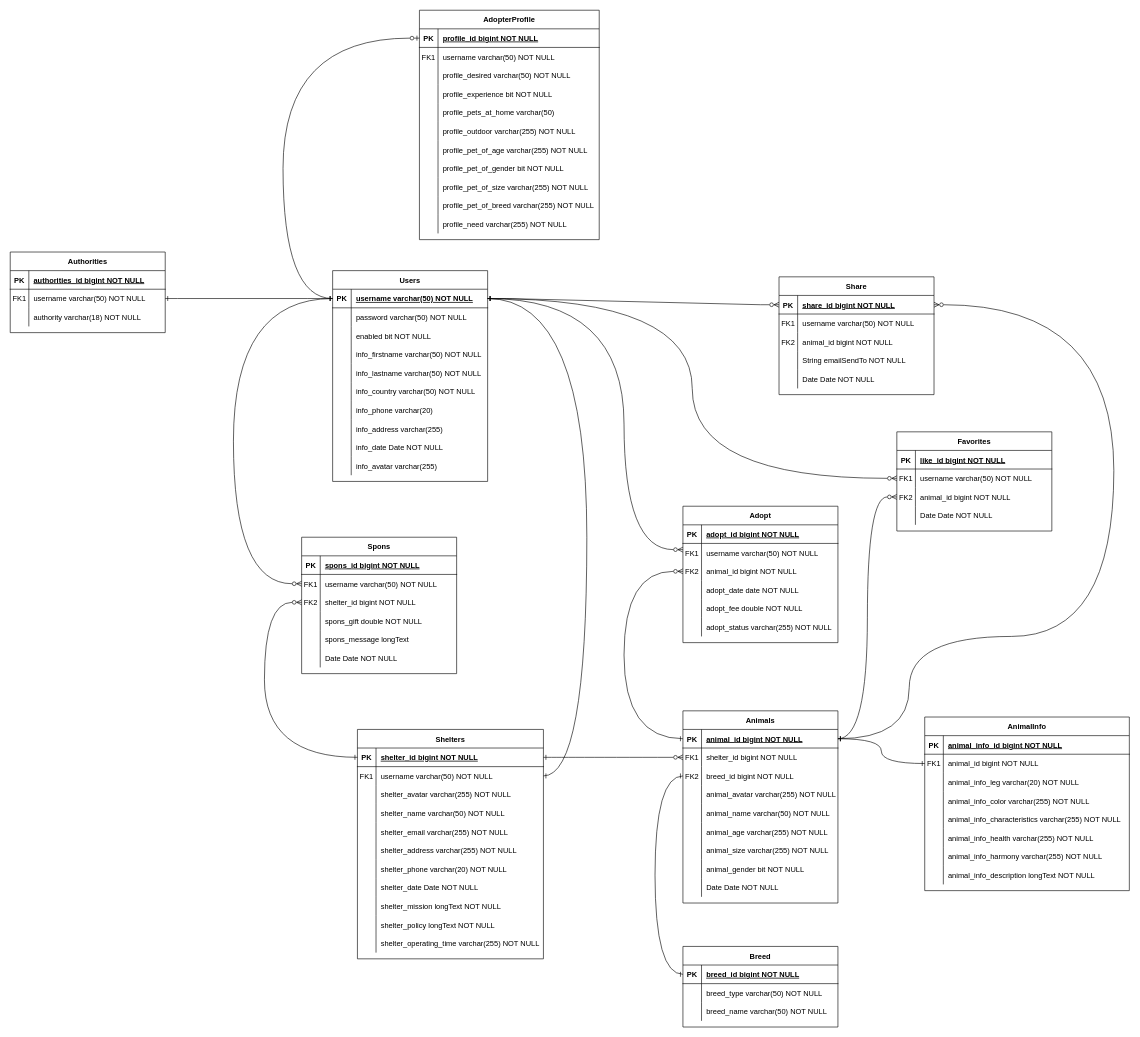
Earlier version of the draw.io diagram Entity.drawio (DucsDung1412/Project-Findpet). Source tidied: cells renumbered, new cells numbered last; positions are measured from the earlier drawing's top-left corner, leaving out a move shared by most shapes. Both pictures are drawn from the tidied source at 62%, with x=0, y=0 at pixel (10, 10).
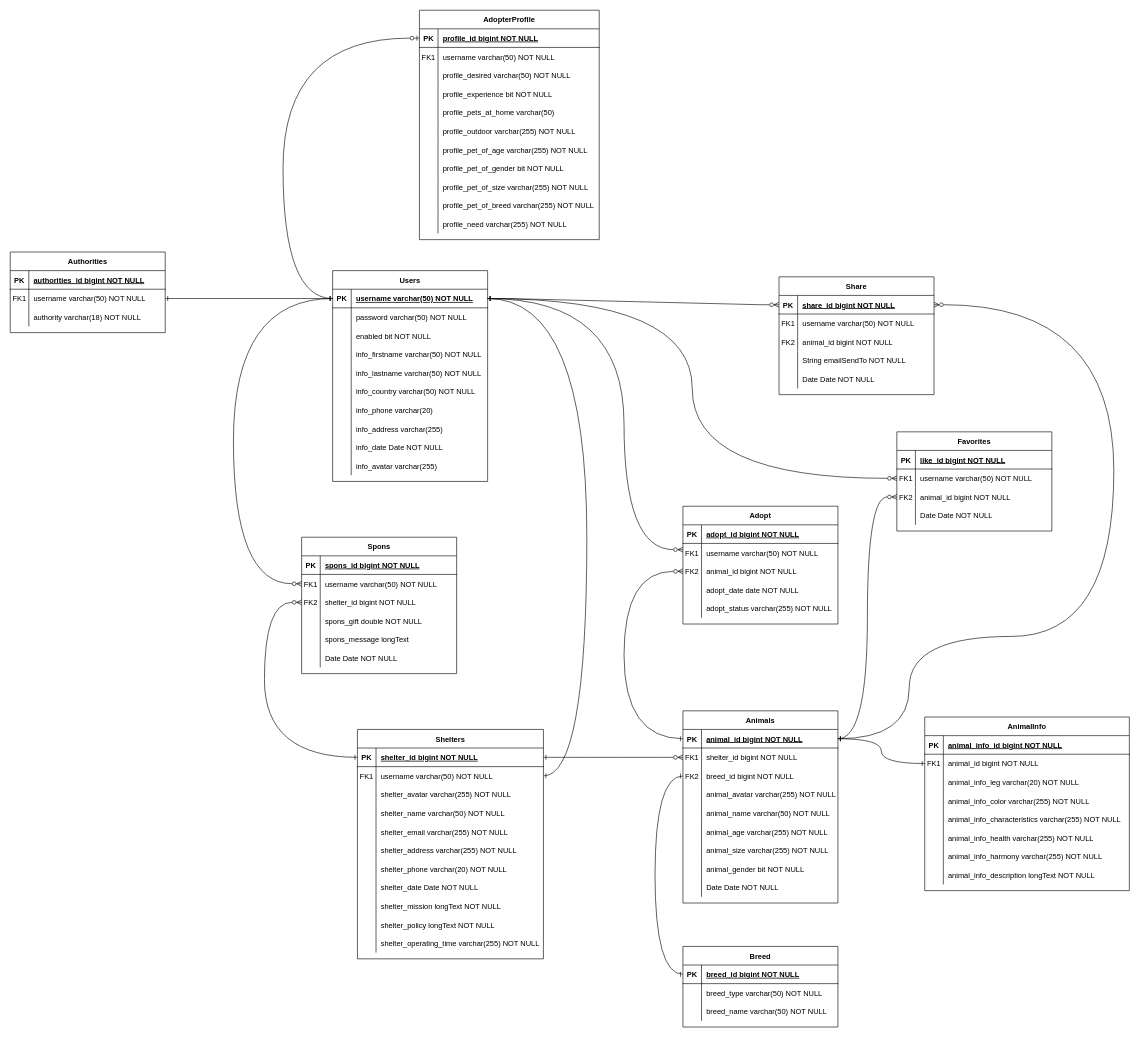
Above is the later version.

What changed in the source:
```diff
@@
     <mxCell id="57" value="Adopt" style="shape=table;startSize=30;childLayout=tableLayout;rowLines=0;fontStyle=1;align=center;" parent="1" vertex="1">
-      <mxGeometry x="1085" y="800" width="250" height="220" as="geometry" />
+      <mxGeometry x="1085" y="800" width="250" height="190" as="geometry" />
     </mxCell>
@@
-    <mxCell id="70" style="shape=partialRectangle;fillColor=none;top=0;left=0;right=0;bottom=0;" parent="57" vertex="1">
-      <mxGeometry y="150" width="250" height="30" as="geometry" />
-    </mxCell>
-    <mxCell id="71" style="shape=partialRectangle;overflow=hidden;fillColor=none;top=0;left=0;bottom=0;right=0;" parent="70" vertex="1">
-      <mxGeometry width="30" height="30" as="geometry" />
-    </mxCell>
-    <mxCell id="72" value="adopt_fee double NOT NULL" style="shape=partialRectangle;overflow=hidden;fillColor=none;top=0;left=0;bottom=0;right=0;align=left;spacingLeft=6;" parent="70" vertex="1">
-      <mxGeometry x="30" width="220" height="30" as="geometry" />
-    </mxCell>
     <mxCell id="73" style="shape=partialRectangle;fillColor=none;top=0;left=0;right=0;bottom=0;" parent="57" vertex="1">
-      <mxGeometry y="180" width="250" height="30" as="geometry" />
+      <mxGeometry y="150" width="250" height="30" as="geometry" />
     </mxCell>
```
